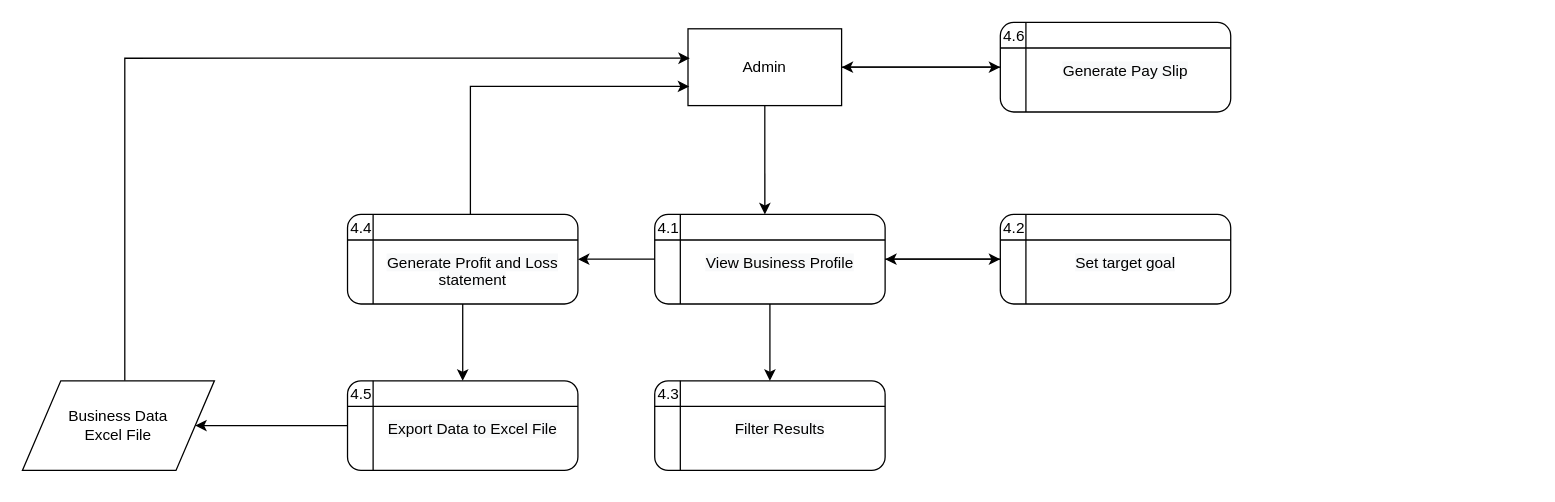
Earlier version of the draw.io diagram page "Revision Level 2 DFD (Business Analytics)" (9 of 9) of DFD DIAGRAMS.drawio (BryanFabellore/Team_SPOTLIGHT). Source tidied: cells renumbered, new cells numbered last; positions are measured from the earlier drawing's top-left corner, leaving out a move shared by most shapes. Both pictures are drawn from the tidied source at 128%, with x=0, y=0 at pixel (22, 22).
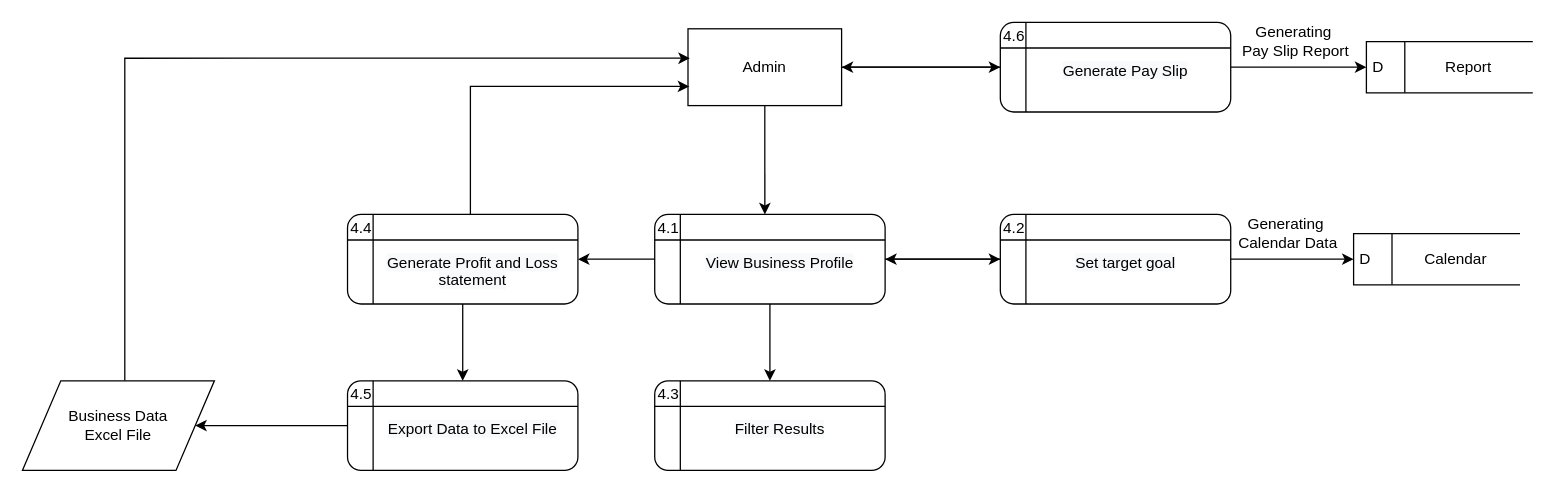
Above is the later version.

The change refers to these unchanged cells:
```xml
<mxCell id="11" style="shape=internalStorage;whiteSpace=wrap;html=1;backgroundOutline=1;rounded=1;strokeColor=default;fontFamily=Helvetica;fontSize=12;fontColor=default;fillColor=#FFFFFF;" parent="10" vertex="1">
  <mxGeometry x="4" width="180" height="70" as="geometry" />
</mxCell>
<mxCell id="40" style="shape=internalStorage;whiteSpace=wrap;html=1;backgroundOutline=1;rounded=1;strokeColor=default;fontFamily=Helvetica;fontSize=12;fontColor=default;fillColor=#FFFFFF;" parent="39" vertex="1">
  <mxGeometry x="4" width="180" height="70" as="geometry" />
</mxCell>
```

What changed in the source:
```diff
@@
+    <mxCell id="45" style="group;" parent="1" vertex="1">
+      <mxGeometry x="1050" y="15" width="130" height="40" as="geometry" />
+    </mxCell>
+    <mxCell id="46" value="D&lt;span style=&quot;white-space: pre;&quot;&gt; &lt;/span&gt;" style="html=1;dashed=0;whitespace=wrap;shape=mxgraph.dfd.dataStoreID;align=left;spacingLeft=3;points=[[0,0],[0.5,0],[1,0],[0,0.5],[1,0.5],[0,1],[0.5,1],[1,1]];" parent="45" vertex="1">
+      <mxGeometry width="130" height="40" as="geometry" />
+    </mxCell>
+    <mxCell id="47" value="Report" style="text;html=1;strokeColor=none;fillColor=none;align=center;verticalAlign=middle;whiteSpace=wrap;rounded=0;" parent="45" vertex="1">
+      <mxGeometry x="50" y="10" width="60" height="20" as="geometry" />
+    </mxCell>
+    <mxCell id="48" style="edgeStyle=orthogonalEdgeStyle;rounded=0;jettySize=auto;html=1;entryX=0;entryY=0.5;entryDx=0;entryDy=0;" parent="1" edge="1" source="40" target="46">
+      <mxGeometry relative="1" as="geometry" />
+    </mxCell>
+    <mxCell id="49" value="Generating&amp;nbsp;&lt;br&gt;Pay Slip Report" style="text;html=1;strokeColor=none;fillColor=none;align=center;verticalAlign=middle;whiteSpace=wrap;rounded=0;" parent="1" vertex="1">
+      <mxGeometry x="950" width="90" height="30" as="geometry" />
+    </mxCell>
+    <mxCell id="50" style="group;" parent="1" vertex="1">
+      <mxGeometry x="1040" y="165" width="130" height="40" as="geometry" />
+    </mxCell>
+    <mxCell id="51" value="D&lt;span style=&quot;white-space: pre;&quot;&gt; &lt;/span&gt;" style="html=1;dashed=0;whitespace=wrap;shape=mxgraph.dfd.dataStoreID;align=left;spacingLeft=3;points=[[0,0],[0.5,0],[1,0],[0,0.5],[1,0.5],[0,1],[0.5,1],[1,1]];" parent="50" vertex="1">
+      <mxGeometry width="130" height="40" as="geometry" />
+    </mxCell>
+    <mxCell id="52" value="Calendar" style="text;html=1;strokeColor=none;fillColor=none;align=center;verticalAlign=middle;whiteSpace=wrap;rounded=0;" parent="50" vertex="1">
+      <mxGeometry x="50" y="10" width="60" height="20" as="geometry" />
+    </mxCell>
+    <mxCell id="53" style="edgeStyle=orthogonalEdgeStyle;rounded=0;jettySize=auto;html=1;entryX=0;entryY=0.5;entryDx=0;entryDy=0;" parent="1" edge="1" source="11" target="51">
+      <mxGeometry relative="1" as="geometry" />
+    </mxCell>
+    <mxCell id="54" value="Generating&amp;nbsp;&lt;br&gt;Calendar Data" style="text;html=1;strokeColor=none;fillColor=none;align=center;verticalAlign=middle;whiteSpace=wrap;rounded=0;" parent="1" vertex="1">
+      <mxGeometry x="944" y="150" width="90" height="30" as="geometry" />
+    </mxCell>
```
